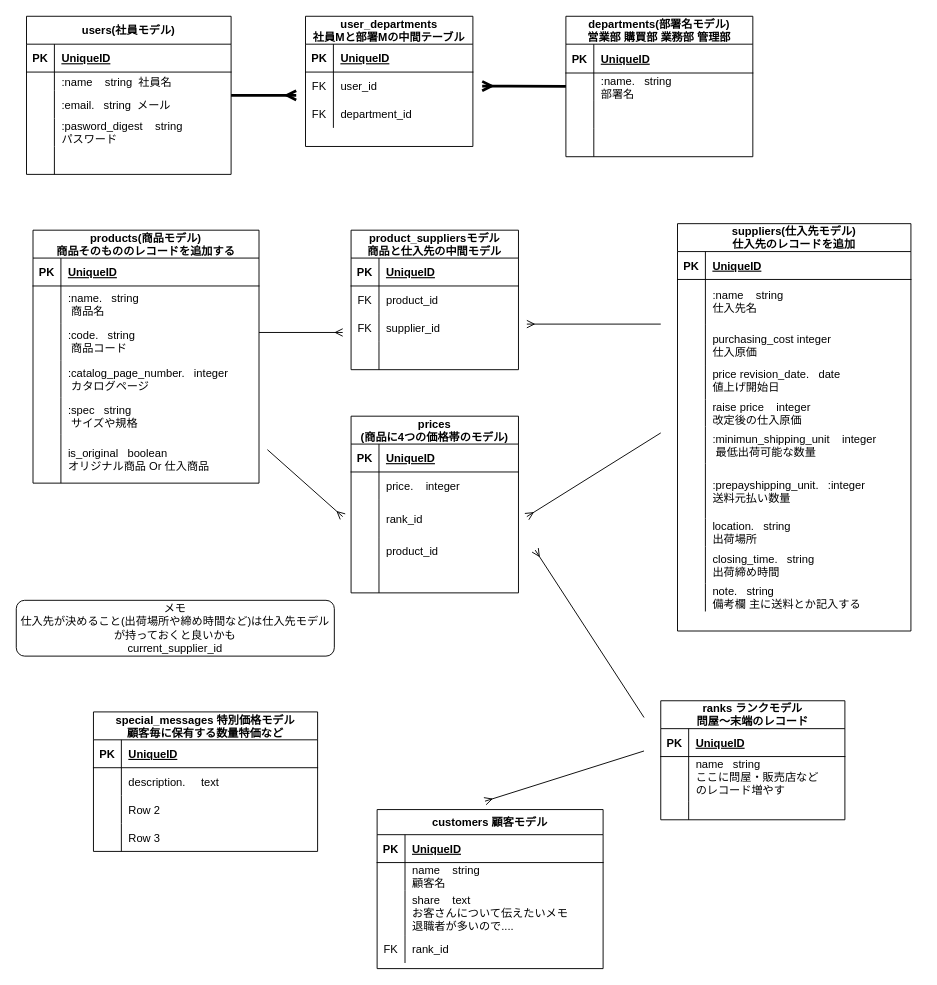
Earlier version of the draw.io diagram ER.dio (Masakazu-Harada/Portforio_PriceList). Source tidied: cells renumbered, new cells numbered last; positions are measured from the earlier drawing's top-left corner, leaving out a move shared by most shapes. Both pictures are drawn from the tidied source at 93%, with x=0, y=0 at pixel (16, 16).
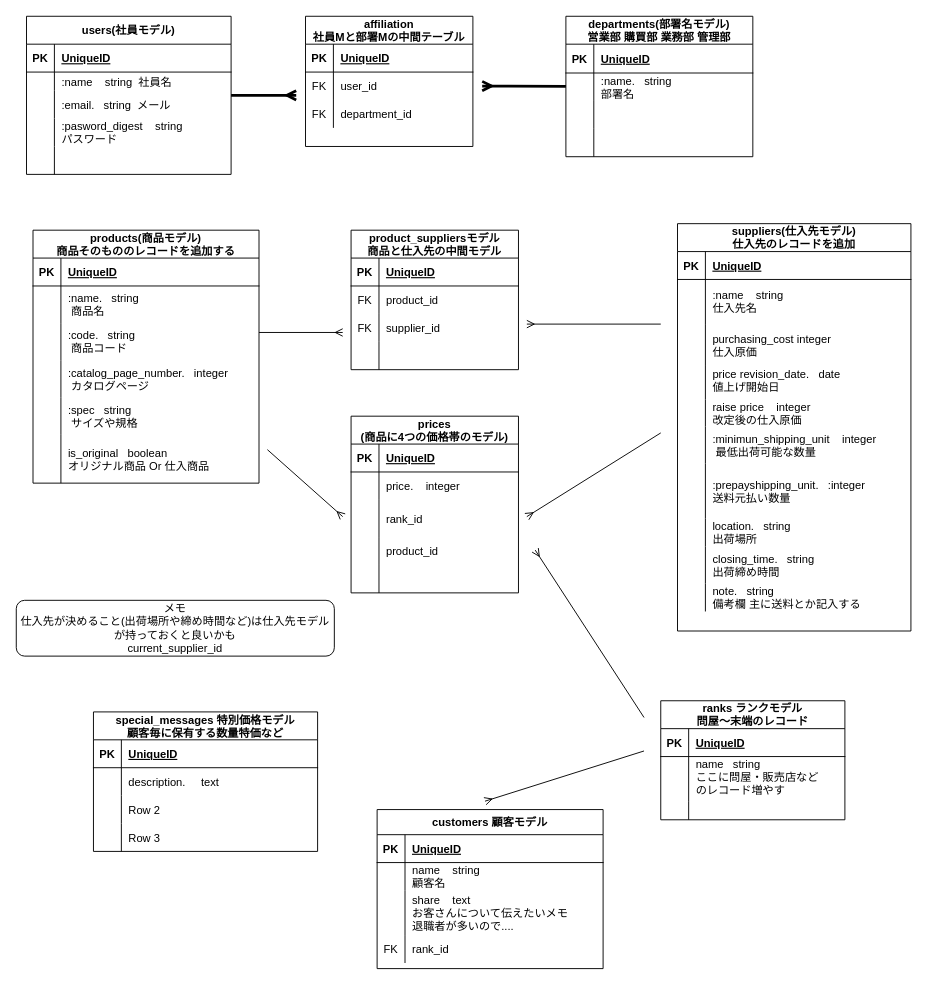
The same diagram, later.

Diff of the diagram source:
```diff
@@
-    <mxCell id="32" value="user_departments&#10;社員Mと部署Mの中間テーブル" style="shape=table;startSize=30;childLayout=tableLayout;rowLines=0;fontStyle=1;align=center;" parent="1" vertex="1">
+    <mxCell id="32" value="affiliation&#10;社員Mと部署Mの中間テーブル" style="shape=table;startSize=30;childLayout=tableLayout;rowLines=0;fontStyle=1;align=center;" parent="1" vertex="1">
       <mxGeometry x="311" width="180" height="140" as="geometry" />
     </mxCell>
```
